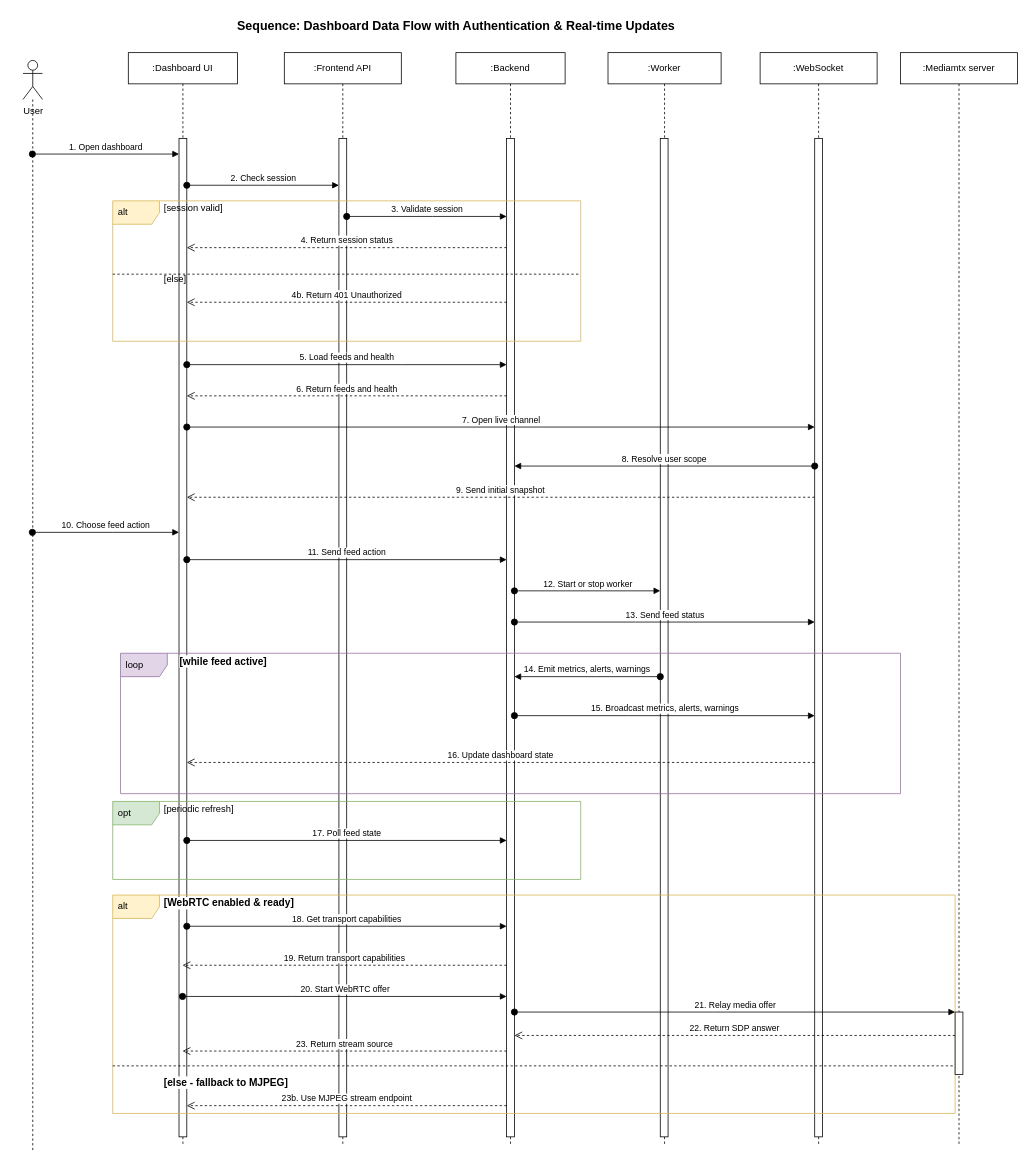
This is report-latex/figures/drawio/chapter5_dashboard_data_flow_sequence.drawio from Salmen-BA21/Queue-Wait-Time-Estimation, a draw.io file, before an edit. Source tidied: cells renumbered, new cells numbered last; positions are measured from the earlier drawing's top-left corner, leaving out a move shared by most shapes. Both pictures are drawn from the tidied source at 78%, with x=0, y=0 at pixel (12, 13).
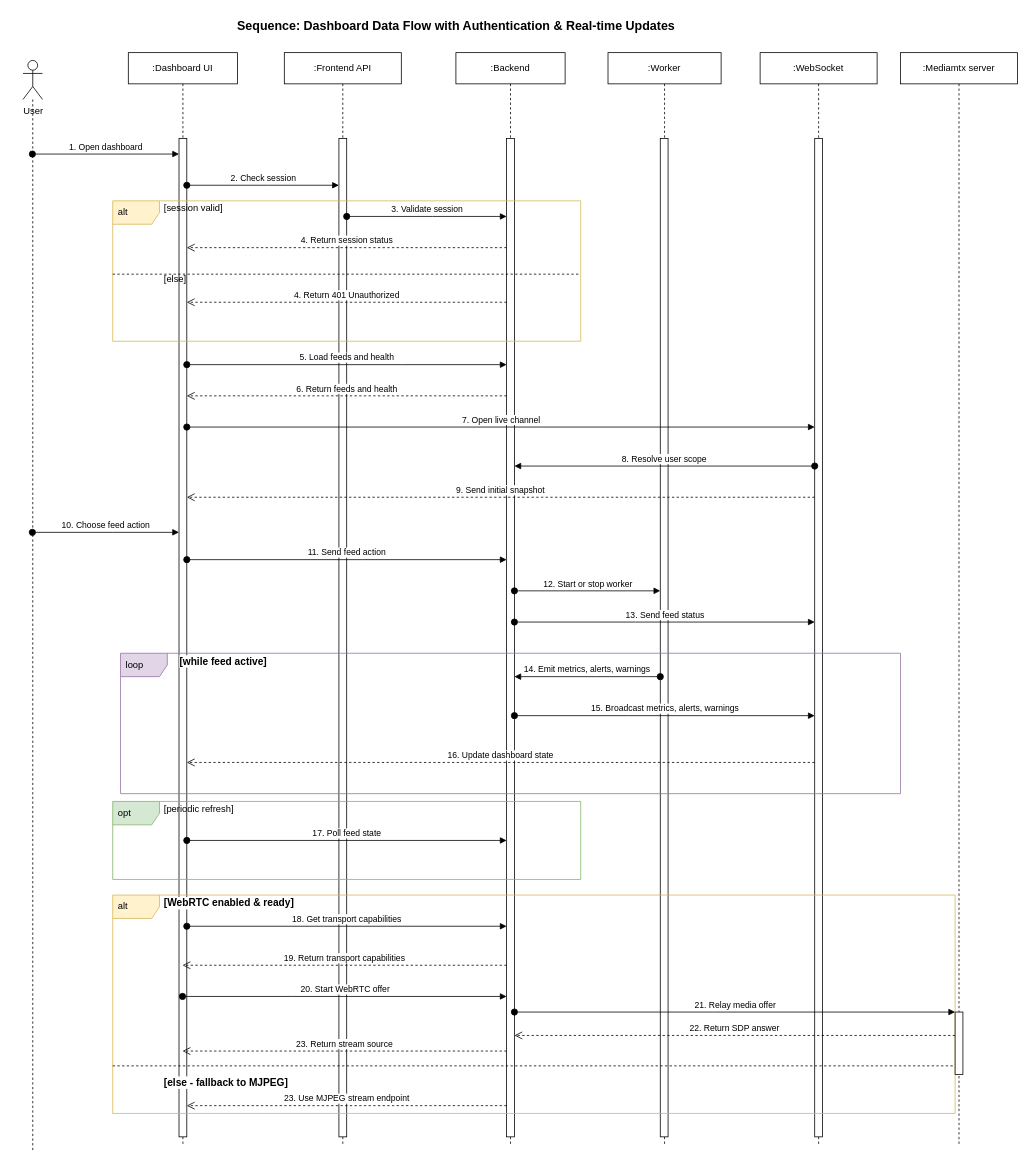
Above is the later version.

Unchanged cells that the change refers to:
```xml
<mxCell id="4" style="html=1;points=[];perimeter=orthogonalPerimeter;outlineConnect=0;targetShapes=umlLifeline;portConstraint=eastwest;" parent="3" vertex="1">
  <mxGeometry x="65" y="110" width="10" height="1280" as="geometry" />
</mxCell>
<mxCell id="8" style="html=1;points=[];perimeter=orthogonalPerimeter;outlineConnect=0;targetShapes=umlLifeline;portConstraint=eastwest;" parent="7" vertex="1">
  <mxGeometry x="65" y="110" width="10" height="1280" as="geometry" />
</mxCell>
```

The edit, as a diff of the source:
```diff
@@
-    <mxCell id="22" value="4b. Return 401 Unauthorized" style="html=1;verticalAlign=bottom;endArrow=open;dashed=1;endSize=8;edgeStyle=elbowEdgeStyle;elbow=vertical;curved=0;rounded=0;" parent="1" edge="1" source="8" target="4">
+    <mxCell id="22" value="4. Return 401 Unauthorized" style="html=1;verticalAlign=bottom;endArrow=open;dashed=1;endSize=8;edgeStyle=elbowEdgeStyle;elbow=vertical;curved=0;rounded=0;" parent="1" edge="1" source="8" target="4">
       <mxGeometry relative="1" as="geometry">
         <Array as="points">
           <mxPoint x="448" y="370" />
         </Array>
       </mxGeometry>
     </mxCell>
@@
-    <mxCell id="50" value="23b. Use MJPEG stream endpoint" style="html=1;verticalAlign=bottom;endArrow=open;dashed=1;endSize=8;edgeStyle=elbowEdgeStyle;elbow=vertical;curved=0;rounded=0;" parent="1" edge="1" source="8" target="4">
+    <mxCell id="50" value="23. Use MJPEG stream endpoint" style="html=1;verticalAlign=bottom;endArrow=open;dashed=1;endSize=8;edgeStyle=elbowEdgeStyle;elbow=vertical;curved=0;rounded=0;" parent="1" edge="1" source="8" target="4">
       <mxGeometry relative="1" as="geometry">
         <Array as="points">
           <mxPoint x="488" y="1400" />
           <mxPoint x="448" y="1380" />
         </Array>
       </mxGeometry>
     </mxCell>
```
